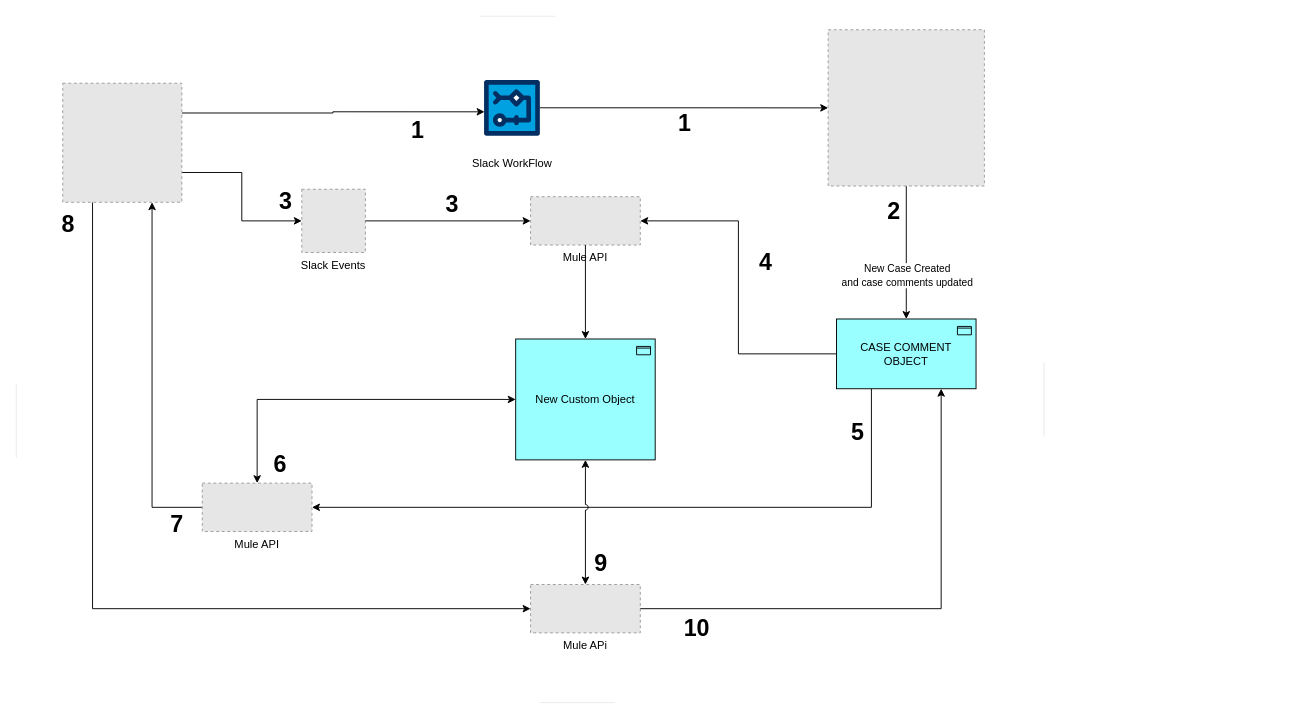
Before: page "Slack-SF-Workflow-Sync" (1 of 2) of Untitled Diagram.drawio in sumanchatterjee3/draw-io, a draw.io diagram. Source tidied: cells renumbered, new cells numbered last; positions are measured from the earlier drawing's top-left corner, leaving out a move shared by most shapes. Both pictures are drawn from the tidied source at 93%, with x=0, y=0 at pixel (16, 16). Pictures stored in the file or linked from it are replaced by grey dashed boxes.
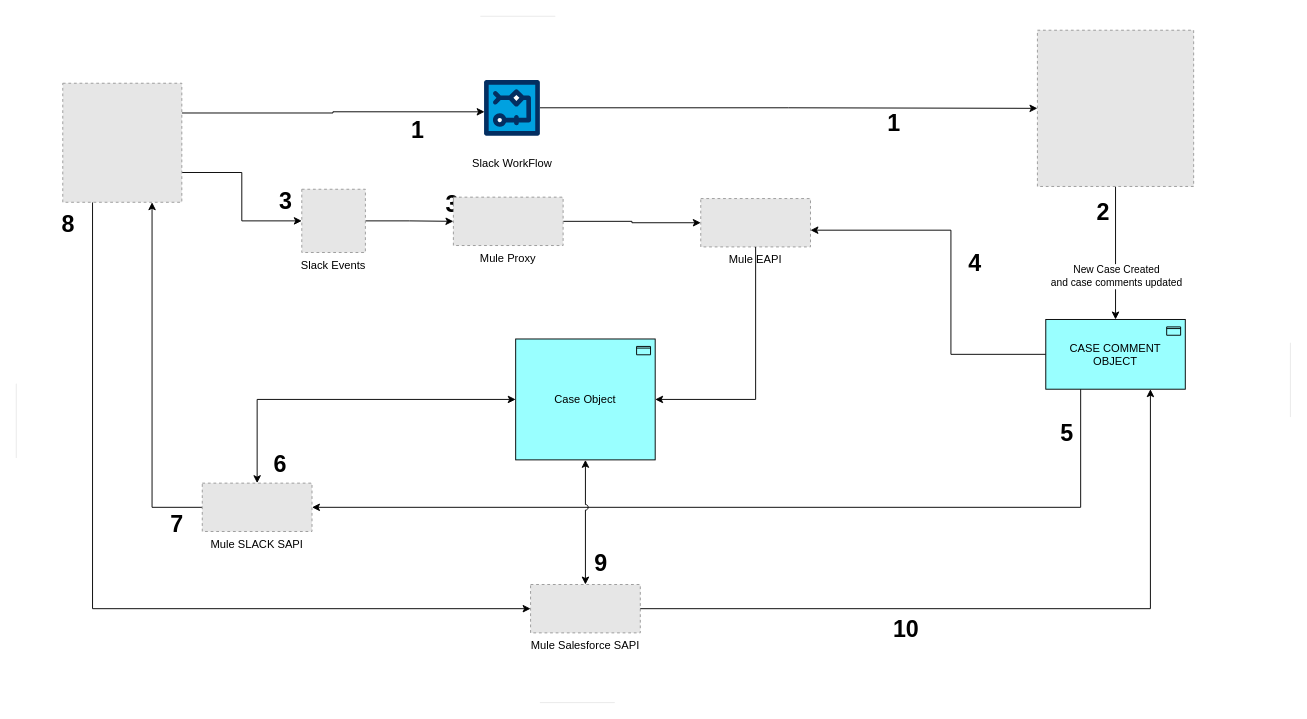
After the change.

The change refers to these unchanged cells:
```xml
<mxCell id="24" value="Slack Events" style="fillColor=#E6E6E6;strokeColor=#999999;dashed=1;verticalLabelPosition=bottom;verticalAlign=top;" parent="1" vertex="1">
  <mxGeometry x="307" y="186" width="68.4" height="68" as="geometry" />
</mxCell>
```

Diff of the diagram source:
```diff
@@
     <mxCell id="8" style="fillColor=#E6E6E6;strokeColor=#999999;dashed=1;verticalLabelPosition=bottom;verticalAlign=top;" parent="1" vertex="1">
-      <mxGeometry x="873" y="14.5" width="168" height="168" as="geometry" />
+      <mxGeometry x="1098" y="15" width="168" height="168" as="geometry" />
     </mxCell>
@@
-    <mxCell id="10" value="Mule API" style="fillColor=#E6E6E6;strokeColor=#999999;dashed=1;verticalLabelPosition=bottom;verticalAlign=top;" parent="1" vertex="1">
+    <mxCell id="10" value="Mule SLACK SAPI" style="fillColor=#E6E6E6;strokeColor=#999999;dashed=1;verticalLabelPosition=bottom;verticalAlign=top;" parent="1" vertex="1">
       <mxGeometry x="200" y="502" width="118" height="52" as="geometry" />
     </mxCell>
-    <mxCell id="11" style="edgeStyle=orthogonalEdgeStyle;rounded=0;jettySize=auto;html=1;entryX=1;entryY=0.5;entryDx=0;entryDy=0;" parent="1" edge="1" source="13" target="27">
-      <mxGeometry relative="1" as="geometry" />
+    <mxCell id="11" style="edgeStyle=orthogonalEdgeStyle;rounded=0;jettySize=auto;html=1;" parent="1" edge="1" source="13" target="27">
+      <mxGeometry relative="1" as="geometry">
+        <Array as="points">
+          <mxPoint x="1005" y="364" />
+          <mxPoint x="1005" y="230" />
+        </Array>
+      </mxGeometry>
     </mxCell>
@@
     <mxCell id="13" value="CASE COMMENT&lt;br&gt;OBJECT" style="html=1;outlineConnect=0;whiteSpace=wrap;fillColor=#99ffff;shape=mxgraph.archimate3.application;appType=passive;archiType=square;" parent="1" vertex="1">
-      <mxGeometry x="882" y="325.5" width="150" height="75" as="geometry" />
+      <mxGeometry x="1107" y="326" width="150" height="75" as="geometry" />
     </mxCell>
-    <mxCell id="14" value="Mule APi" style="fillColor=#E6E6E6;strokeColor=#999999;dashed=1;verticalLabelPosition=bottom;verticalAlign=top;" parent="1" vertex="1">
+    <mxCell id="14" value="Mule Salesforce SAPI" style="fillColor=#E6E6E6;strokeColor=#999999;dashed=1;verticalLabelPosition=bottom;verticalAlign=top;" parent="1" vertex="1">
       <mxGeometry x="553" y="611" width="118" height="52" as="geometry" />
     </mxCell>
@@
     <mxCell id="17" style="endArrow=none;dashed=1;html=1;dashPattern=1 3;strokeWidth=0;rounded=0;" parent="1" edge="1">
       <mxGeometry relative="1" as="geometry">
-        <mxPoint x="1105" y="452" as="sourcePoint" />
-        <mxPoint x="1105" y="372" as="targetPoint" />
+        <mxPoint x="1370" y="431" as="sourcePoint" />
+        <mxPoint x="1370" y="351" as="targetPoint" />
       </mxGeometry>
     </mxCell>
@@
-    <mxCell id="21" value="New Custom Object" style="html=1;outlineConnect=0;whiteSpace=wrap;fillColor=#99ffff;shape=mxgraph.archimate3.application;appType=passive;archiType=square;" parent="1" vertex="1">
+    <mxCell id="21" value="Case Object" style="html=1;outlineConnect=0;whiteSpace=wrap;fillColor=#99ffff;shape=mxgraph.archimate3.application;appType=passive;archiType=square;" parent="1" vertex="1">
       <mxGeometry x="537" y="347" width="150" height="130" as="geometry" />
     </mxCell>
@@
+    <mxCell id="42" style="edgeStyle=orthogonalEdgeStyle;rounded=0;jettySize=auto;html=1;" parent="1" edge="1" source="24" target="44">
+      <mxGeometry relative="1" as="geometry" />
+    </mxCell>
@@
-    <mxCell id="25" style="edgeStyle=orthogonalEdgeStyle;rounded=0;jettySize=auto;html=1;entryX=0;entryY=0.5;entryDx=0;entryDy=0;" parent="1" edge="1" source="24" target="27">
-      <mxGeometry relative="1" as="geometry" />
-    </mxCell>
@@
-    <mxCell id="27" value="Mule API" style="fillColor=#E6E6E6;strokeColor=#999999;dashed=1;verticalLabelPosition=bottom;verticalAlign=top;" parent="1" vertex="1">
-      <mxGeometry x="553" y="194" width="118" height="52" as="geometry" />
+    <mxCell id="27" value="Mule EAPI" style="fillColor=#E6E6E6;strokeColor=#999999;dashed=1;verticalLabelPosition=bottom;verticalAlign=top;" parent="1" vertex="1">
+      <mxGeometry x="736" y="196" width="118" height="52" as="geometry" />
     </mxCell>
-    <mxCell id="28" style="edgeStyle=orthogonalEdgeStyle;rounded=0;jettySize=auto;html=1;entryX=0.5;entryY=0;entryDx=0;entryDy=0;entryPerimeter=0;" parent="1" edge="1" source="27" target="21">
-      <mxGeometry relative="1" as="geometry" />
-    </mxCell>
@@
     <mxCell id="31" value="&lt;b&gt;&lt;font style=&quot;font-size: 25px;&quot;&gt;1&lt;/font&gt;&lt;/b&gt;" style="text;html=1;strokeColor=none;fillColor=none;align=center;verticalAlign=middle;whiteSpace=wrap;rounded=0;" parent="1" vertex="1">
-      <mxGeometry x="689" y="98.5" width="60" height="30" as="geometry" />
+      <mxGeometry x="914" y="99" width="60" height="30" as="geometry" />
     </mxCell>
     <mxCell id="32" value="&lt;b&gt;&lt;font style=&quot;font-size: 25px;&quot;&gt;2&lt;/font&gt;&lt;/b&gt;" style="text;html=1;strokeColor=none;fillColor=none;align=center;verticalAlign=middle;whiteSpace=wrap;rounded=0;" parent="1" vertex="1">
-      <mxGeometry x="914" y="194" width="60" height="30" as="geometry" />
+      <mxGeometry x="1139" y="194.5" width="60" height="30" as="geometry" />
     </mxCell>
@@
     <mxCell id="35" value="&lt;b&gt;&lt;font style=&quot;font-size: 25px;&quot;&gt;4&lt;/font&gt;&lt;/b&gt;" style="text;html=1;strokeColor=none;fillColor=none;align=center;verticalAlign=middle;whiteSpace=wrap;rounded=0;" parent="1" vertex="1">
-      <mxGeometry x="776" y="248" width="60" height="30" as="geometry" />
+      <mxGeometry x="1001" y="248.5" width="60" height="30" as="geometry" />
     </mxCell>
     <mxCell id="36" value="&lt;b&gt;&lt;font style=&quot;font-size: 25px;&quot;&gt;5&lt;/font&gt;&lt;/b&gt;" style="text;html=1;strokeColor=none;fillColor=none;align=center;verticalAlign=middle;whiteSpace=wrap;rounded=0;" parent="1" vertex="1">
-      <mxGeometry x="875" y="431" width="60" height="30" as="geometry" />
+      <mxGeometry x="1100" y="431.5" width="60" height="30" as="geometry" />
     </mxCell>
@@
     <mxCell id="41" value="&lt;b&gt;&lt;font style=&quot;font-size: 25px;&quot;&gt;10&lt;/font&gt;&lt;/b&gt;" style="text;html=1;strokeColor=none;fillColor=none;align=center;verticalAlign=middle;whiteSpace=wrap;rounded=0;" parent="1" vertex="1">
-      <mxGeometry x="702" y="642" width="60" height="30" as="geometry" />
+      <mxGeometry x="927" y="642.5" width="60" height="30" as="geometry" />
     </mxCell>
+    <mxCell id="43" style="edgeStyle=orthogonalEdgeStyle;rounded=0;jettySize=auto;html=1;entryX=0;entryY=0.5;entryDx=0;entryDy=0;" parent="1" edge="1" source="44" target="27">
+      <mxGeometry relative="1" as="geometry" />
+    </mxCell>
+    <mxCell id="44" value="Mule Proxy" style="fillColor=#E6E6E6;strokeColor=#999999;dashed=1;verticalLabelPosition=bottom;verticalAlign=top;" parent="1" vertex="1">
+      <mxGeometry x="470" y="194.5" width="118" height="52" as="geometry" />
+    </mxCell>
+    <mxCell id="28" style="edgeStyle=orthogonalEdgeStyle;rounded=0;jettySize=auto;html=1;entryX=1;entryY=0.5;entryDx=0;entryDy=0;entryPerimeter=0;" parent="1" edge="1" source="27" target="21">
+      <mxGeometry relative="1" as="geometry">
+        <Array as="points">
+          <mxPoint x="795" y="412" />
+        </Array>
+      </mxGeometry>
+    </mxCell>
```
